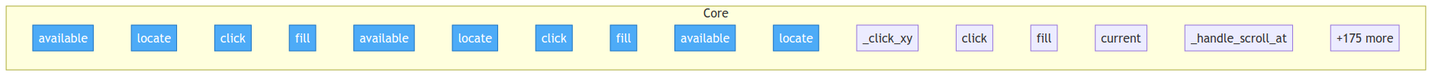
Above: project/flow.png in if-uri/urirun-connector-kvm (Mermaid), before the change. Its source is kept beside it as project/flow.mmd.
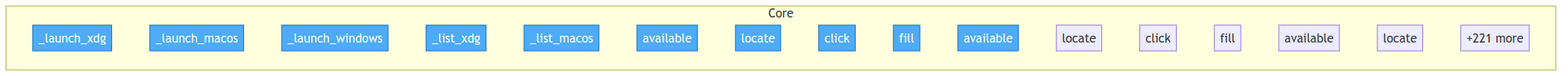
After the change.

What changed in the source:
```diff
@@ -3,6 +3,11 @@
     classDef entry fill:#4dabf7,stroke:#1971c2,color:#fff
 
     subgraph Core
+        urirun_connector_kvm__launch_backends___launch_xdg["_launch_xdg"]
+        urirun_connector_kvm__launch_backends___launch_macos["_launch_macos"]
+        urirun_connector_kvm__launch_backends___launch_windows["_launch_windows"]
+        urirun_connector_kvm__launch_backends___list_xdg["_list_xdg"]
+        urirun_connector_kvm__launch_backends___list_macos["_list_macos"]
         urirun_connector_kvm__strategies__CdpStrategy__available["available"]
         urirun_connector_kvm__strategies__CdpStrategy__locate["locate"]
         urirun_connector_kvm__strategies__CdpStrategy__click["click"]
@@ -13,12 +18,7 @@
         urirun_connector_kvm__strategies__AtspiStrategy__fill["fill"]
         urirun_connector_kvm__strategies__VisionStrategy__available["available"]
         urirun_connector_kvm__strategies__VisionStrategy__locate["locate"]
-        urirun_connector_kvm__strategies__VisionStrategy___click_xy["_click_xy"]
-        urirun_connector_kvm__strategies__VisionStrategy__click["click"]
-        urirun_connector_kvm__strategies__VisionStrategy__fill["fill"]
-        urirun_connector_kvm__surface__current["current"]
-        computer_use_preview__agent__BrowserAgent___handle_scroll_at["_handle_scroll_at"]
-        ...["+175 more"]
+        ...["+221 more"]
     end
 
-    class urirun_connector_kvm__strategies__CdpStrategy__available,urirun_connector_kvm__strategies__CdpStrategy__locate,urirun_connector_kvm__strategies__CdpStrategy__click,urirun_connector_kvm__strategies__CdpStrategy__fill,urirun_connector_kvm__strategies__AtspiStrategy__available,urirun_connector_kvm__strategies__AtspiStrategy__locate,urirun_connector_kvm__strategies__AtspiStrategy__click,urirun_connector_kvm__strategies__AtspiStrategy__fill,urirun_connector_kvm__strategies__VisionStrategy__available,urirun_connector_kvm__strategies__VisionStrategy__locate entry
+    class urirun_connector_kvm__launch_backends___launch_xdg,urirun_connector_kvm__launch_backends___launch_macos,urirun_connector_kvm__launch_backends___launch_windows,urirun_connector_kvm__launch_backends___list_xdg,urirun_connector_kvm__launch_backends___list_macos,urirun_connector_kvm__strategies__CdpStrategy__available,urirun_connector_kvm__strategies__CdpStrategy__locate,urirun_connector_kvm__strategies__CdpStrategy__click,urirun_connector_kvm__strategies__CdpStrategy__fill,urirun_connector_kvm__strategies__AtspiStrategy__available entry
```
